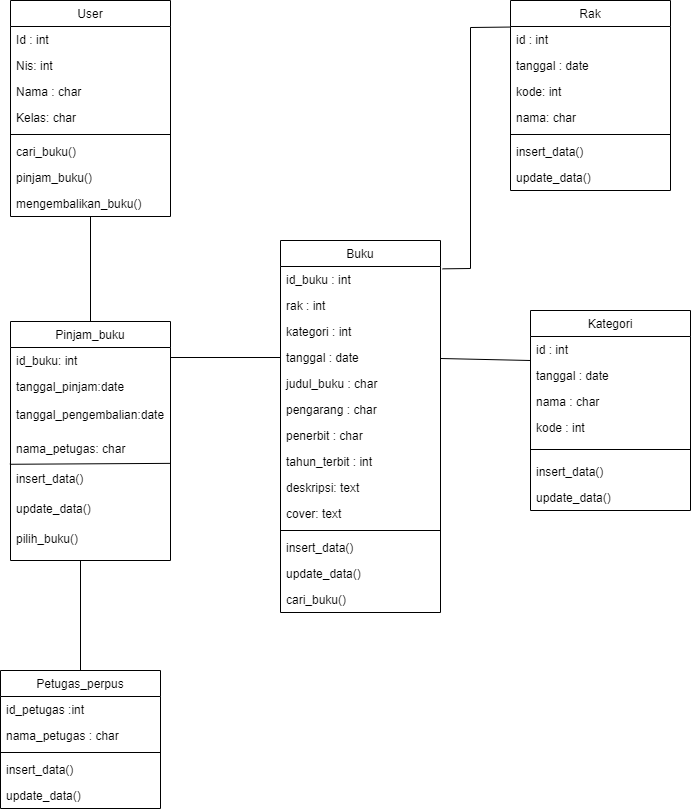
Earlier version of the draw.io export DiagramClas.drawio.png (ditanursabila/perpus-digital). Source tidied: cells renumbered, new cells last; positions are measured from the earlier drawing's top-left corner, leaving out a move shared by most shapes.
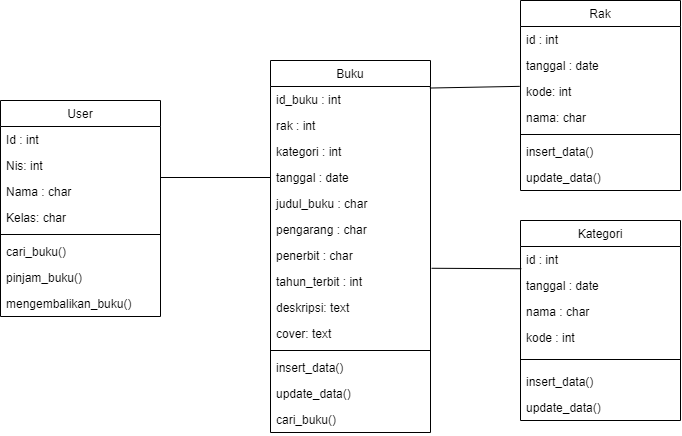
The same diagram one commit later.

Change to the diagram source:
```diff
@@ -3,7 +3,7 @@
     <mxCell id="0" />
     <mxCell id="1" parent="0" />
     <mxCell id="2" value="User" style="swimlane;fontStyle=0;align=center;verticalAlign=top;horizontal=1;startSize=26;rounded=0;shadow=0;strokeWidth=1;" parent="1" vertex="1">
-      <mxGeometry x="10" width="160" height="216" as="geometry" />
+      <mxGeometry x="10" y="280" width="160" height="216" as="geometry" />
     </mxCell>
     <mxCell id="3" value="Id : int" style="text;align=left;verticalAlign=top;spacingLeft=4;spacingRight=4;overflow=hidden;" parent="2" vertex="1">
       <mxGeometry y="26" width="160" height="26" as="geometry" />
@@ -74,53 +74,8 @@
     <mxCell id="25" value="cari_buku()" style="text;align=left;verticalAlign=top;spacingLeft=4;spacingRight=4;overflow=hidden;" parent="11" vertex="1">
       <mxGeometry y="346" width="160" height="26" as="geometry" />
     </mxCell>
-    <mxCell id="26" value="Petugas_perpus" style="swimlane;fontStyle=0;align=center;verticalAlign=top;horizontal=1;startSize=26;rounded=0;shadow=0;strokeWidth=1;" parent="1" vertex="1">
-      <mxGeometry y="670" width="160" height="138" as="geometry" />
-    </mxCell>
-    <mxCell id="27" value="id_petugas :int" style="text;align=left;verticalAlign=top;spacingLeft=4;spacingRight=4;overflow=hidden;" parent="26" vertex="1">
-      <mxGeometry y="26" width="160" height="26" as="geometry" />
-    </mxCell>
-    <mxCell id="28" value="nama_petugas : char" style="text;align=left;verticalAlign=top;spacingLeft=4;spacingRight=4;overflow=hidden;rounded=0;shadow=0;html=0;" parent="26" vertex="1">
-      <mxGeometry y="52" width="160" height="26" as="geometry" />
-    </mxCell>
-    <mxCell id="29" style="line;html=1;strokeWidth=1;align=left;verticalAlign=middle;spacingTop=-1;spacingLeft=3;spacingRight=3;labelPosition=right;" parent="26" vertex="1">
-      <mxGeometry y="78" width="160" height="8" as="geometry" />
-    </mxCell>
-    <mxCell id="30" value="insert_data()" style="text;align=left;verticalAlign=top;spacingLeft=4;spacingRight=4;overflow=hidden;" parent="26" vertex="1">
-      <mxGeometry y="86" width="160" height="26" as="geometry" />
-    </mxCell>
-    <mxCell id="31" value="update_data()" style="text;align=left;verticalAlign=top;spacingLeft=4;spacingRight=4;overflow=hidden;" parent="26" vertex="1">
-      <mxGeometry y="112" width="160" height="26" as="geometry" />
-    </mxCell>
-    <mxCell id="32" value="Pinjam_buku" style="swimlane;fontStyle=0;align=center;verticalAlign=top;horizontal=1;startSize=26;rounded=0;shadow=0;strokeWidth=1;" parent="1" vertex="1">
-      <mxGeometry x="10" y="321" width="160" height="239" as="geometry" />
-    </mxCell>
-    <mxCell id="33" value="id_buku: int" style="text;align=left;verticalAlign=top;spacingLeft=4;spacingRight=4;overflow=hidden;" parent="32" vertex="1">
-      <mxGeometry y="26" width="160" height="26" as="geometry" />
-    </mxCell>
-    <mxCell id="34" value="tanggal_pinjam:date" style="text;align=left;verticalAlign=top;spacingLeft=4;spacingRight=4;overflow=hidden;rounded=0;shadow=0;html=0;" parent="32" vertex="1">
-      <mxGeometry y="52" width="160" height="28" as="geometry" />
-    </mxCell>
-    <mxCell id="35" value="tanggal_pengembalian:date" style="text;align=left;verticalAlign=top;spacingLeft=4;spacingRight=4;overflow=hidden;" parent="32" vertex="1">
-      <mxGeometry y="80" width="160" height="34" as="geometry" />
-    </mxCell>
-    <mxCell id="36" style="endArrow=none;html=1;rounded=0;entryX=0.996;entryY=0.929;entryDx=0;entryDy=0;entryPerimeter=0;exitX=-0.004;exitY=0.959;exitDx=0;exitDy=0;exitPerimeter=0;" parent="32" edge="1" source="37" target="37">
-      <mxGeometry relative="1" as="geometry" />
-    </mxCell>
-    <mxCell id="37" value="nama_petugas: char" style="text;align=left;verticalAlign=top;spacingLeft=4;spacingRight=4;overflow=hidden;points=[[0,0.5],[1,0.5]];portConstraint=eastwest;" parent="32" vertex="1">
-      <mxGeometry y="114" width="160" height="30" as="geometry" />
-    </mxCell>
-    <mxCell id="38" value="insert_data()" style="text;align=left;verticalAlign=top;spacingLeft=4;spacingRight=4;overflow=hidden;" parent="32" vertex="1">
-      <mxGeometry y="144" width="160" height="30" as="geometry" />
-    </mxCell>
-    <mxCell id="39" value="update_data()" style="text;align=left;verticalAlign=top;spacingLeft=4;spacingRight=4;overflow=hidden;" parent="32" vertex="1">
-      <mxGeometry y="174" width="160" height="30" as="geometry" />
-    </mxCell>
-    <mxCell id="40" value="pilih_buku()" style="text;align=left;verticalAlign=top;spacingLeft=4;spacingRight=4;overflow=hidden;" parent="32" vertex="1">
-      <mxGeometry y="204" width="160" height="30" as="geometry" />
-    </mxCell>
     <mxCell id="41" value="Rak" style="swimlane;fontStyle=0;align=center;verticalAlign=top;horizontal=1;startSize=26;rounded=0;shadow=0;strokeWidth=1;" parent="1" vertex="1">
-      <mxGeometry x="510" width="160" height="190" as="geometry" />
+      <mxGeometry x="530" y="180" width="160" height="190" as="geometry" />
     </mxCell>
     <mxCell id="42" value="id : int" style="text;align=left;verticalAlign=top;spacingLeft=4;spacingRight=4;overflow=hidden;points=[[0,0.5],[1,0.5]];portConstraint=eastwest;" parent="41" vertex="1">
       <mxGeometry y="26" width="160" height="26" as="geometry" />
@@ -144,7 +99,7 @@
       <mxGeometry y="164" width="160" height="26" as="geometry" />
     </mxCell>
     <mxCell id="49" value="Kategori" style="swimlane;fontStyle=0;align=center;verticalAlign=top;horizontal=1;startSize=26;rounded=0;shadow=0;strokeWidth=1;" parent="1" vertex="1">
-      <mxGeometry x="530" y="310" width="160" height="200" as="geometry" />
+      <mxGeometry x="530" y="400" width="160" height="200" as="geometry" />
     </mxCell>
     <mxCell id="50" value="id : int" style="text;align=left;verticalAlign=top;spacingLeft=4;spacingRight=4;overflow=hidden;points=[[0,0.5],[1,0.5]];portConstraint=eastwest;" parent="49" vertex="1">
       <mxGeometry y="26" width="160" height="26" as="geometry" />
@@ -167,31 +122,16 @@
     <mxCell id="56" value="update_data()" style="text;align=left;verticalAlign=top;spacingLeft=4;spacingRight=4;overflow=hidden;" parent="49" vertex="1">
       <mxGeometry y="174" width="160" height="26" as="geometry" />
     </mxCell>
-    <mxCell id="57" style="endArrow=none;html=1;rounded=0;exitX=0.5;exitY=0;exitDx=0;exitDy=0;" parent="1" edge="1" source="32" target="10">
-      <mxGeometry relative="1" as="geometry" />
-    </mxCell>
-    <mxCell id="58" style="endArrow=none;html=1;rounded=0;exitX=0.5;exitY=0;exitDx=0;exitDy=0;" parent="1" edge="1" source="26">
-      <mxGeometry relative="1" as="geometry">
-        <mxPoint x="80" y="560" as="targetPoint" />
-      </mxGeometry>
-    </mxCell>
     <mxCell id="59" style="endArrow=none;html=1;rounded=0;entryX=0;entryY=0.5;entryDx=0;entryDy=0;" parent="1" edge="1" target="15">
       <mxGeometry relative="1" as="geometry">
         <mxPoint x="170" y="357" as="sourcePoint" />
       </mxGeometry>
     </mxCell>
-    <mxCell id="60" style="endArrow=none;html=1;rounded=0;exitX=1.013;exitY=0.09;exitDx=0;exitDy=0;exitPerimeter=0;entryX=-0.002;entryY=0.021;entryDx=0;entryDy=0;entryPerimeter=0;" parent="1" edge="1" source="12" target="42">
-      <mxGeometry relative="1" as="geometry">
-        <Array as="points">
-          <mxPoint x="470" y="268" />
-          <mxPoint x="470" y="27" />
-        </Array>
-      </mxGeometry>
+    <mxCell id="60" style="endArrow=none;html=1;rounded=0;exitX=0.996;exitY=0.059;exitDx=0;exitDy=0;exitPerimeter=0;entryX=-0.005;entryY=0.302;entryDx=0;entryDy=0;entryPerimeter=0;" parent="1" edge="1" source="12" target="44">
+      <mxGeometry relative="1" as="geometry" />
     </mxCell>
-    <mxCell id="61" style="endArrow=none;html=1;rounded=0;entryX=0;entryY=0.25;entryDx=0;entryDy=0;" parent="1" edge="1" target="49">
-      <mxGeometry relative="1" as="geometry">
-        <mxPoint x="440" y="358" as="sourcePoint" />
-      </mxGeometry>
+    <mxCell id="61" style="endArrow=none;html=1;rounded=0;entryX=0.005;entryY=0.855;entryDx=0;entryDy=0;exitX=1.007;exitY=-0.009;exitDx=0;exitDy=0;exitPerimeter=0;entryPerimeter=0;" parent="1" edge="1" source="19" target="50">
+      <mxGeometry relative="1" as="geometry" />
     </mxCell>
   </root>
 </mxGraphModel>
```
